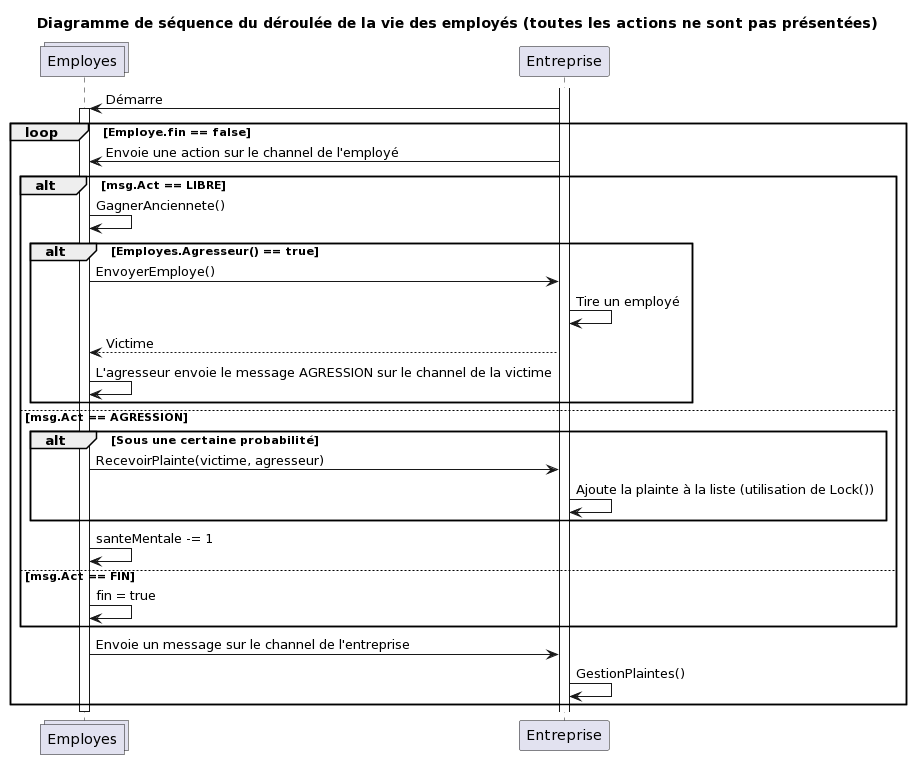
This is diagrammes/Diagramme de séquence du déroulée de la vie des employés.png from MiguelLaura/Recrutement_Inclusif_Paritaire, a PlantUML export, as it was before one commit. The source it was exported from:
```plantuml
@startuml
title Diagramme de séquence du déroulée de la vie des employés (toutes les actions ne sont pas présentées)

collections Employes

activate Entreprise

Entreprise -> Employes : Démarre

activate Employes

loop Employe.fin == false
    Entreprise -> Employes : Envoie une action sur le channel de l'employé
    alt msg.Act == LIBRE
        Employes -> Employes : GagnerAnciennete()
        alt Employes.Agresseur() == true
            Employes -> Entreprise : EnvoyerEmploye()
            Entreprise -> Entreprise : Tire un employé
            Entreprise --> Employes : Victime
            Employes -> Employes : L'agresseur envoie le message AGRESSION sur le channel de la victime
        end alt
    else msg.Act == AGRESSION
        alt Sous une certaine probabilité
            Employes -> Entreprise : RecevoirPlainte(victime, agresseur)
            Entreprise -> Entreprise : Ajoute la plainte à la liste (utilisation de Lock())
        end alt
        Employes -> Employes : santeMentale -= 1
    else msg.Act == FIN
        Employes -> Employes : fin = true
    end alt
    Employes -> Entreprise : Envoie un message sur le channel de l'entreprise
    Entreprise -> Entreprise : GestionPlaintes()

end loop

deactivate Employes
@enduml
```
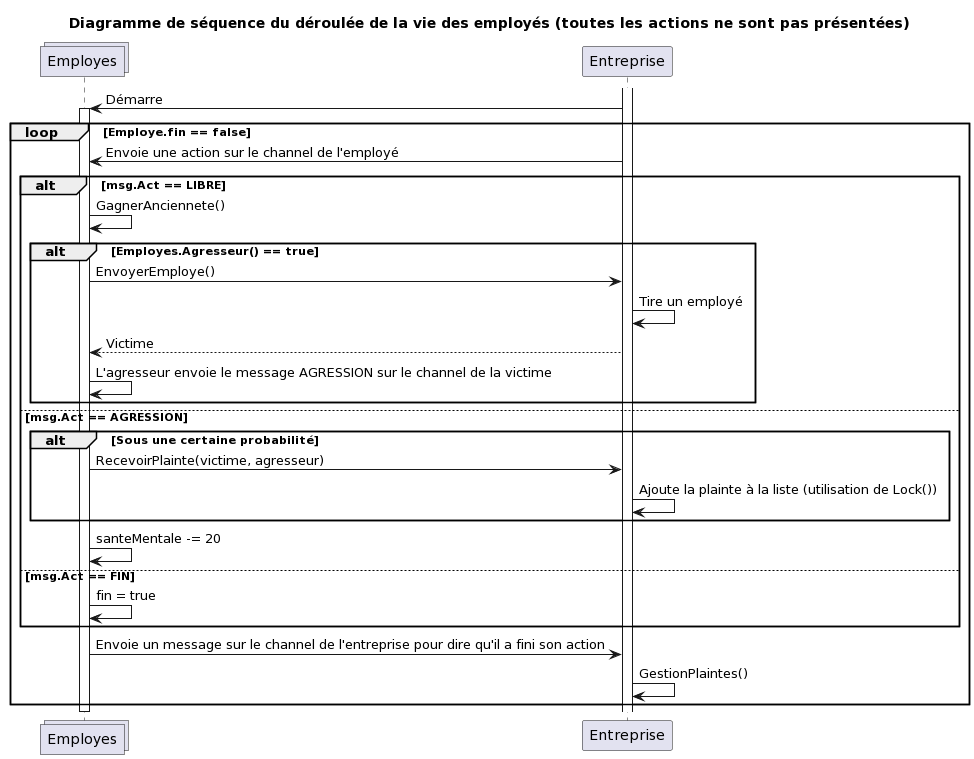
After the change.

Commit message:
correction santementale + ajoute que employé prévient l'entreprise qu'il a fini son action

Diff of the diagram source:
```diff
@@ -24,11 +24,11 @@
             Employes -> Entreprise : RecevoirPlainte(victime, agresseur)
             Entreprise -> Entreprise : Ajoute la plainte à la liste (utilisation de Lock())
         end alt
-        Employes -> Employes : santeMentale -= 1
+        Employes -> Employes : santeMentale -= 20
     else msg.Act == FIN
         Employes -> Employes : fin = true
     end alt
-    Employes -> Entreprise : Envoie un message sur le channel de l'entreprise
+    Employes -> Entreprise : Envoie un message sur le channel de l'entreprise pour dire qu'il a fini son action
     Entreprise -> Entreprise : GestionPlaintes()
 
 end loop
```
